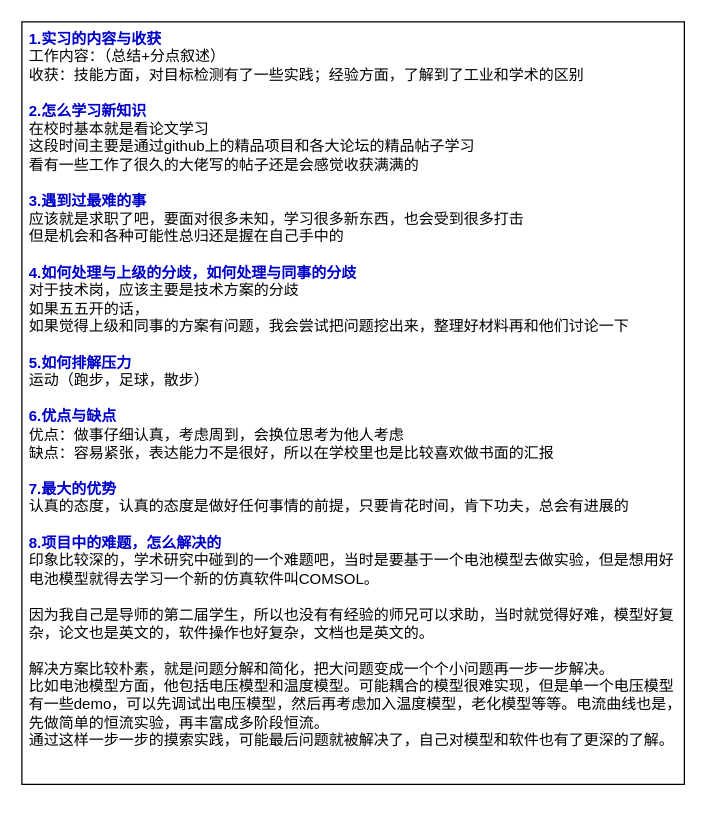
Before: HR面试.drawio in limpid-11/drawio, a draw.io diagram. Source tidied: cells renumbered, new cells numbered last; positions are measured from the earlier drawing's top-left corner, leaving out a move shared by most shapes. Both pictures are drawn from the tidied source at 125%, with x=0, y=0 at pixel (21, 21).
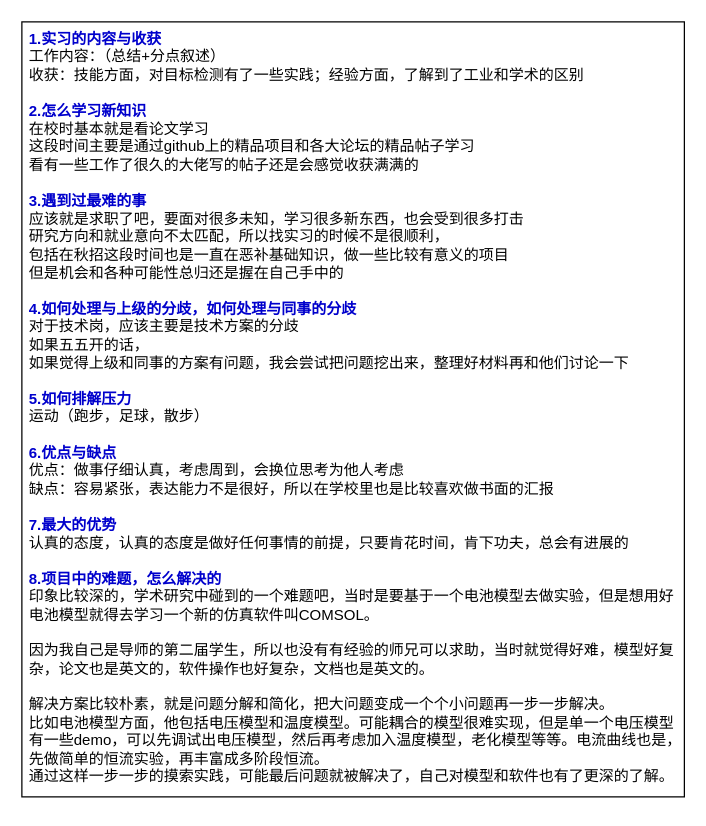
After the change.

Diff of the diagram source:
```diff
@@
 <mxGraphModel>
   <root>
     <mxCell id="0" />
     <mxCell id="1" parent="0" />
-    <mxCell id="2" value="&lt;font color=&quot;#0000cc&quot;&gt;&lt;b&gt;1.实习的内容与收获&lt;/b&gt;&lt;/font&gt;&lt;div&gt;工作内容：（总结+分点叙述）&lt;/div&gt;&lt;div&gt;收获：&lt;span style=&quot;background-color: initial;&quot;&gt;技能方面，对目标检测有了一些实践；&lt;/span&gt;&lt;span style=&quot;background-color: initial;&quot;&gt;经验方面，了解到了工业和学术的区别&lt;/span&gt;&lt;/div&gt;&lt;div&gt;&lt;br&gt;&lt;/div&gt;&lt;div&gt;&lt;font color=&quot;#0000cc&quot;&gt;&lt;b&gt;2.怎么学习新知识&lt;/b&gt;&lt;/font&gt;&lt;/div&gt;&lt;div&gt;在校时基本就是看论文学习&lt;/div&gt;&lt;div&gt;这段时间主要是通过github上的精品项目和各大论坛的精品帖子学习&lt;/div&gt;&lt;div&gt;看有一些工作了很久的大佬写的帖子还是会感觉收获满满的&lt;/div&gt;&lt;div&gt;&lt;br&gt;&lt;/div&gt;&lt;div&gt;&lt;font color=&quot;#0000cc&quot;&gt;&lt;b&gt;3.遇到过最难的事&lt;/b&gt;&lt;/font&gt;&lt;/div&gt;&lt;div&gt;应该就是求职了吧，要面对很多未知，学习很多新东西，也会受到很多打击&lt;/div&gt;&lt;div&gt;但是机会和各种可能性总归还是握在自己手中的&lt;/div&gt;&lt;div&gt;&lt;br&gt;&lt;/div&gt;&lt;div&gt;&lt;font color=&quot;#0000cc&quot;&gt;&lt;b&gt;4.如何处理与上级的分歧，如何处理与同事的分歧&lt;/b&gt;&lt;/font&gt;&lt;/div&gt;&lt;div&gt;对于技术岗，应该主要是技术方案的分歧&lt;/div&gt;&lt;div&gt;如果五五开的话，&lt;/div&gt;&lt;div&gt;如果觉得上级和同事的方案有问题，我会尝试把问题挖出来，整理好材料再和他们讨论一下&lt;/div&gt;&lt;div&gt;&lt;br&gt;&lt;/div&gt;&lt;div&gt;&lt;font color=&quot;#0000cc&quot;&gt;&lt;b&gt;5.如何排解压力&lt;/b&gt;&lt;/font&gt;&lt;/div&gt;&lt;div&gt;运动（跑步，足球，散步）&lt;/div&gt;&lt;div&gt;&lt;br&gt;&lt;/div&gt;&lt;div&gt;&lt;font color=&quot;#0000cc&quot;&gt;&lt;b&gt;6.优点与缺点&lt;/b&gt;&lt;/font&gt;&lt;/div&gt;&lt;div&gt;优点：做事仔细认真，考虑周到，会换位思考为他人考虑&lt;/div&gt;&lt;div&gt;缺点：容易紧张，表达能力不是很好，所以在学校里也是比较喜欢做书面的汇报&lt;/div&gt;&lt;div&gt;&lt;br&gt;&lt;/div&gt;&lt;div&gt;&lt;font color=&quot;#0000cc&quot;&gt;&lt;b&gt;7.最大的优势&lt;/b&gt;&lt;/font&gt;&lt;/div&gt;&lt;div&gt;认真的态度，认真的态度是做好任何事情的前提，只要肯花时间，肯下功夫，总会有进展的&lt;/div&gt;&lt;div&gt;&lt;br&gt;&lt;/div&gt;&lt;div&gt;&lt;font color=&quot;#0000cc&quot;&gt;&lt;b&gt;8.项目中的难题，怎么解决的&lt;/b&gt;&lt;/font&gt;&lt;/div&gt;&lt;div&gt;印象比较深的，学术研究中碰到的一个难题吧，当时是要基于一个电池模型去做实验，但是想用好电池模型就得去学习一个新的仿真软件叫COMSOL。&lt;/div&gt;&lt;div&gt;&lt;br&gt;&lt;/div&gt;&lt;div&gt;因为我自己是导师的第二届学生，所以也没有有经验的师兄可以求助，当时就觉得好难，模型好复杂，论文也是英文的，软件操作也好复杂，文档也是英文的。&lt;/div&gt;&lt;div&gt;&lt;br&gt;&lt;/div&gt;&lt;div&gt;解决方案比较朴素，就是问题分解和简化，把大问题变成一个个小问题再一步一步解决。&lt;/div&gt;&lt;div&gt;比如电池模型方面，他包括电压模型和温度模型。可能耦合的模型很难实现，但是单一个电压模型有一些demo，可以先调试出电压模型，然后再考虑加入温度模型，老化模型等等。电流曲线也是，先做简单的恒流实验，再丰富成多阶段恒流。&lt;/div&gt;&lt;div&gt;通过这样一步一步的摸索实践，可能最后问题就被解决了，自己对模型和软件也有了更深的了解。&lt;/div&gt;&lt;div&gt;&lt;br&gt;&lt;/div&gt;" style="rounded=0;whiteSpace=wrap;html=1;align=left;verticalAlign=top;spacingLeft=4;" parent="1" vertex="1">
-      <mxGeometry width="530" height="610" as="geometry" />
+    <mxCell id="2" value="&lt;font color=&quot;#0000cc&quot;&gt;&lt;b&gt;1.实习的内容与收获&lt;/b&gt;&lt;/font&gt;&lt;div&gt;工作内容：（总结+分点叙述）&lt;/div&gt;&lt;div&gt;收获：&lt;span style=&quot;background-color: initial;&quot;&gt;技能方面，对目标检测有了一些实践；&lt;/span&gt;&lt;span style=&quot;background-color: initial;&quot;&gt;经验方面，了解到了工业和学术的区别&lt;/span&gt;&lt;/div&gt;&lt;div&gt;&lt;br&gt;&lt;/div&gt;&lt;div&gt;&lt;font color=&quot;#0000cc&quot;&gt;&lt;b&gt;2.怎么学习新知识&lt;/b&gt;&lt;/font&gt;&lt;/div&gt;&lt;div&gt;在校时基本就是看论文学习&lt;/div&gt;&lt;div&gt;这段时间主要是通过github上的精品项目和各大论坛的精品帖子学习&lt;/div&gt;&lt;div&gt;看有一些工作了很久的大佬写的帖子还是会感觉收获满满的&lt;/div&gt;&lt;div&gt;&lt;br&gt;&lt;/div&gt;&lt;div&gt;&lt;font color=&quot;#0000cc&quot;&gt;&lt;b&gt;3.遇到过最难的事&lt;/b&gt;&lt;/font&gt;&lt;/div&gt;&lt;div&gt;应该就是求职了吧，要面对很多未知，学习很多新东西，也会受到很多打击&lt;/div&gt;&lt;div&gt;研究方向和就业意向不太匹配，所以找实习的时候不是很顺利，&lt;/div&gt;&lt;div&gt;包括在秋招这段时间也是一直在恶补基础知识，做一些比较有意义的项目&lt;/div&gt;&lt;div&gt;但是机会和各种可能性总归还是握在自己手中的&lt;/div&gt;&lt;div&gt;&lt;br&gt;&lt;/div&gt;&lt;div&gt;&lt;font color=&quot;#0000cc&quot;&gt;&lt;b&gt;4.如何处理与上级的分歧，如何处理与同事的分歧&lt;/b&gt;&lt;/font&gt;&lt;/div&gt;&lt;div&gt;对于技术岗，应该主要是技术方案的分歧&lt;/div&gt;&lt;div&gt;如果五五开的话，&lt;/div&gt;&lt;div&gt;如果觉得上级和同事的方案有问题，我会尝试把问题挖出来，整理好材料再和他们讨论一下&lt;/div&gt;&lt;div&gt;&lt;br&gt;&lt;/div&gt;&lt;div&gt;&lt;font color=&quot;#0000cc&quot;&gt;&lt;b&gt;5.如何排解压力&lt;/b&gt;&lt;/font&gt;&lt;/div&gt;&lt;div&gt;运动（跑步，足球，散步）&lt;/div&gt;&lt;div&gt;&lt;br&gt;&lt;/div&gt;&lt;div&gt;&lt;font color=&quot;#0000cc&quot;&gt;&lt;b&gt;6.优点与缺点&lt;/b&gt;&lt;/font&gt;&lt;/div&gt;&lt;div&gt;优点：做事仔细认真，考虑周到，会换位思考为他人考虑&lt;/div&gt;&lt;div&gt;缺点：容易紧张，表达能力不是很好，所以在学校里也是比较喜欢做书面的汇报&lt;/div&gt;&lt;div&gt;&lt;br&gt;&lt;/div&gt;&lt;div&gt;&lt;font color=&quot;#0000cc&quot;&gt;&lt;b&gt;7.最大的优势&lt;/b&gt;&lt;/font&gt;&lt;/div&gt;&lt;div&gt;认真的态度，认真的态度是做好任何事情的前提，只要肯花时间，肯下功夫，总会有进展的&lt;/div&gt;&lt;div&gt;&lt;br&gt;&lt;/div&gt;&lt;div&gt;&lt;font color=&quot;#0000cc&quot;&gt;&lt;b&gt;8.项目中的难题，怎么解决的&lt;/b&gt;&lt;/font&gt;&lt;/div&gt;&lt;div&gt;印象比较深的，学术研究中碰到的一个难题吧，当时是要基于一个电池模型去做实验，但是想用好电池模型就得去学习一个新的仿真软件叫COMSOL。&lt;/div&gt;&lt;div&gt;&lt;br&gt;&lt;/div&gt;&lt;div&gt;因为我自己是导师的第二届学生，所以也没有有经验的师兄可以求助，当时就觉得好难，模型好复杂，论文也是英文的，软件操作也好复杂，文档也是英文的。&lt;/div&gt;&lt;div&gt;&lt;br&gt;&lt;/div&gt;&lt;div&gt;解决方案比较朴素，就是问题分解和简化，把大问题变成一个个小问题再一步一步解决。&lt;/div&gt;&lt;div&gt;比如电池模型方面，他包括电压模型和温度模型。可能耦合的模型很难实现，但是单一个电压模型有一些demo，可以先调试出电压模型，然后再考虑加入温度模型，老化模型等等。电流曲线也是，先做简单的恒流实验，再丰富成多阶段恒流。&lt;/div&gt;&lt;div&gt;通过这样一步一步的摸索实践，可能最后问题就被解决了，自己对模型和软件也有了更深的了解。&lt;/div&gt;&lt;div&gt;&lt;br&gt;&lt;/div&gt;" style="rounded=0;whiteSpace=wrap;html=1;align=left;verticalAlign=top;spacingLeft=4;" parent="1" vertex="1">
+      <mxGeometry width="530" height="620" as="geometry" />
     </mxCell>
   </root>
 </mxGraphModel>
```
